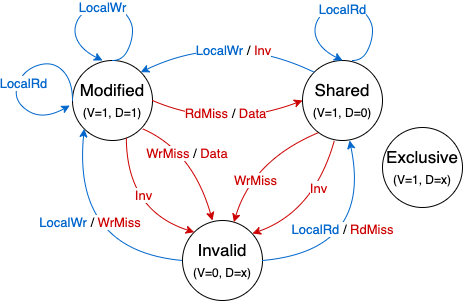
cwang360/multicore-cache keeps this draw.io diagram as diagrams/MESI.png. Above is the earlier version. Source tidied: cells renumbered, new cells last; positions are measured from the earlier drawing's top-left corner, leaving out a move shared by most shapes.
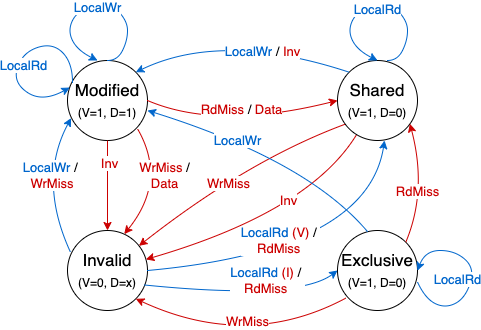
Above is the later version.

Commit message:
Add memory stats and update MESI diagram

Change to the diagram source:
```diff
@@ -6,10 +6,10 @@
       <mxGeometry x="60" y="60" width="80" height="80" as="geometry" />
     </mxCell>
     <mxCell id="3" value="Shared&lt;br&gt;&lt;font style=&quot;font-size: 12px&quot;&gt;(V=1, D=0)&lt;/font&gt;" style="ellipse;whiteSpace=wrap;html=1;fontSize=17;" parent="1" vertex="1">
-      <mxGeometry x="290" y="60" width="80" height="80" as="geometry" />
+      <mxGeometry x="330" y="60" width="80" height="80" as="geometry" />
     </mxCell>
     <mxCell id="4" value="Invalid&lt;br&gt;&lt;span style=&quot;font-size: 12px&quot;&gt;(V=0, D=x)&lt;/span&gt;" style="ellipse;whiteSpace=wrap;html=1;fontSize=17;" parent="1" vertex="1">
-      <mxGeometry x="170" y="220" width="80" height="80" as="geometry" />
+      <mxGeometry x="60" y="230" width="80" height="80" as="geometry" />
     </mxCell>
     <mxCell id="5" style="curved=1;endArrow=classic;html=1;rounded=0;fontSize=17;exitX=1;exitY=0.5;exitDx=0;exitDy=0;entryX=0;entryY=0.5;entryDx=0;entryDy=0;fontColor=#CC0000;strokeColor=#CC0000;" parent="1" edge="1" source="2" target="3">
       <mxGeometry relative="1" as="geometry">
@@ -42,19 +42,19 @@
         </Array>
       </mxGeometry>
     </mxCell>
-    <mxCell id="10" value="&lt;span style=&quot;font-size: 13px&quot;&gt;LocalRd&lt;/span&gt;&lt;font color=&quot;#000000&quot; style=&quot;font-size: 13px&quot;&gt;&amp;nbsp;/&lt;/font&gt;&lt;span style=&quot;font-size: 13px&quot;&gt;&amp;nbsp;&lt;/span&gt;&lt;font color=&quot;#cc0000&quot; style=&quot;font-size: 13px&quot;&gt;RdMiss&lt;/font&gt;" style="edgeLabel;html=1;align=center;verticalAlign=middle;fontSize=13;fontColor=#0066CC;labelBackgroundColor=#FFFFFF;" parent="9" vertex="1">
+    <mxCell id="10" value="&lt;span style=&quot;font-size: 13px&quot;&gt;LocalRd&lt;/span&gt;&lt;font color=&quot;#000000&quot; style=&quot;font-size: 13px&quot;&gt;&amp;nbsp;&lt;/font&gt;&lt;span style=&quot;color: rgb(204 , 0 , 0)&quot;&gt;(V)&amp;nbsp;&lt;/span&gt;&lt;font color=&quot;#000000&quot; style=&quot;font-size: 13px&quot;&gt;/&lt;/font&gt;&lt;span style=&quot;font-size: 13px&quot;&gt;&amp;nbsp;&lt;br&gt;&lt;/span&gt;&lt;font color=&quot;#cc0000&quot; style=&quot;font-size: 13px&quot;&gt;RdMiss&amp;nbsp;&lt;/font&gt;" style="edgeLabel;html=1;align=center;verticalAlign=middle;fontSize=13;fontColor=#0066CC;labelBackgroundColor=#FFFFFF;" parent="9" vertex="1">
       <mxGeometry x="0.23" y="19" relative="1" as="geometry">
-        <mxPoint x="-6" y="1" as="offset" />
+        <mxPoint x="-69" y="7" as="offset" />
       </mxGeometry>
     </mxCell>
-    <mxCell id="11" style="curved=1;endArrow=classic;html=1;rounded=0;fontSize=17;entryX=0;entryY=1;entryDx=0;entryDy=0;exitX=0;exitY=0.5;exitDx=0;exitDy=0;strokeColor=#0066CC;" parent="1" edge="1" source="4" target="2">
+    <mxCell id="11" style="curved=1;endArrow=classic;html=1;rounded=0;fontSize=17;entryX=0.045;entryY=0.72;entryDx=0;entryDy=0;exitX=0.038;exitY=0.273;exitDx=0;exitDy=0;strokeColor=#0066CC;entryPerimeter=0;exitPerimeter=0;" parent="1" edge="1" source="4" target="2">
       <mxGeometry relative="1" as="geometry">
         <Array as="points">
-          <mxPoint x="60" y="250" />
+          <mxPoint x="30" y="180" />
         </Array>
       </mxGeometry>
     </mxCell>
-    <mxCell id="12" style="curved=1;endArrow=classic;html=1;rounded=0;fontSize=17;exitX=0.191;exitY=0.905;exitDx=0;exitDy=0;exitPerimeter=0;strokeColor=#CC0000;" parent="1" edge="1" source="3" target="4">
+    <mxCell id="12" style="curved=1;endArrow=classic;html=1;rounded=0;fontSize=17;exitX=0.091;exitY=0.798;exitDx=0;exitDy=0;exitPerimeter=0;strokeColor=#CC0000;" parent="1" edge="1" source="3" target="4">
       <mxGeometry relative="1" as="geometry">
         <Array as="points">
           <mxPoint x="240" y="160" />
@@ -63,7 +63,7 @@
     </mxCell>
     <mxCell id="13" value="&lt;font color=&quot;#cc0000&quot;&gt;WrMiss&lt;/font&gt;" style="edgeLabel;html=1;align=center;verticalAlign=middle;fontSize=13;fontColor=#0066CC;labelBackgroundColor=#FFFFFF;" parent="12" vertex="1">
       <mxGeometry x="-0.25" y="5" relative="1" as="geometry">
-        <mxPoint x="-18" y="23" as="offset" />
+        <mxPoint x="-34" y="23" as="offset" />
       </mxGeometry>
     </mxCell>
     <mxCell id="14" style="curved=1;endArrow=classic;html=1;rounded=0;fontSize=17;exitX=0.5;exitY=0;exitDx=0;exitDy=0;entryX=0.375;entryY=0;entryDx=0;entryDy=0;entryPerimeter=0;fillColor=#3333FF;strokeColor=#0066CC;" parent="1" edge="1" source="2" target="2">
@@ -84,14 +84,16 @@
         <mxPoint x="-25" y="-42" as="offset" />
       </mxGeometry>
     </mxCell>
-    <mxCell id="16" style="curved=1;endArrow=classic;html=1;rounded=0;fontSize=17;exitX=0;exitY=0.5;exitDx=0;exitDy=0;entryX=-0.034;entryY=0.563;entryDx=0;entryDy=0;entryPerimeter=0;strokeColor=#0066CC;" parent="1" edge="1" source="2" target="2">
+    <mxCell id="16" style="curved=1;endArrow=classic;html=1;rounded=0;fontSize=17;exitX=0;exitY=0.5;exitDx=0;exitDy=0;entryX=-0.034;entryY=0.563;entryDx=0;entryDy=0;entryPerimeter=0;strokeColor=#0066CC;" parent="1" edge="1">
       <mxGeometry relative="1" as="geometry">
+        <mxPoint x="65" y="82" as="sourcePoint" />
+        <mxPoint x="62.3" y="87" as="targetPoint" />
         <Array as="points">
-          <mxPoint x="60" y="80" />
-          <mxPoint x="40" y="60" />
-          <mxPoint x="10" y="70" />
-          <mxPoint y="100" />
-          <mxPoint x="30" y="120" />
+          <mxPoint x="65" y="62" />
+          <mxPoint x="45" y="42" />
+          <mxPoint x="15" y="52" />
+          <mxPoint x="5" y="82" />
+          <mxPoint x="35" y="102" />
         </Array>
       </mxGeometry>
     </mxCell>
@@ -102,16 +104,16 @@
     </mxCell>
     <mxCell id="18" style="curved=1;endArrow=classic;html=1;rounded=0;fontSize=17;exitX=0.5;exitY=0;exitDx=0;exitDy=0;entryX=0.375;entryY=0;entryDx=0;entryDy=0;entryPerimeter=0;fillColor=#3333FF;strokeColor=#0066CC;" parent="1" edge="1">
       <mxGeometry relative="1" as="geometry">
-        <mxPoint x="340" y="60" as="sourcePoint" />
-        <mxPoint x="330" y="60" as="targetPoint" />
+        <mxPoint x="380" y="60" as="sourcePoint" />
+        <mxPoint x="370" y="60" as="targetPoint" />
         <Array as="points">
-          <mxPoint x="350" y="60" />
-          <mxPoint x="360" y="40" />
-          <mxPoint x="360" y="20" />
-          <mxPoint x="340" />
-          <mxPoint x="310" y="10" />
-          <mxPoint x="300" y="30" />
-          <mxPoint x="310" y="50" />
+          <mxPoint x="390" y="60" />
+          <mxPoint x="400" y="40" />
+          <mxPoint x="400" y="20" />
+          <mxPoint x="380" />
+          <mxPoint x="350" y="10" />
+          <mxPoint x="340" y="30" />
+          <mxPoint x="350" y="50" />
         </Array>
       </mxGeometry>
     </mxCell>
@@ -120,37 +122,30 @@
         <mxPoint x="-31" y="-17" as="offset" />
       </mxGeometry>
     </mxCell>
-    <mxCell id="20" value="LocalWr&lt;font color=&quot;#000000&quot; style=&quot;font-size: 13px&quot;&gt;&amp;nbsp;/&lt;/font&gt;&amp;nbsp;&lt;font color=&quot;#cc0000&quot;&gt;WrMiss&lt;/font&gt;" style="text;html=1;strokeColor=none;fillColor=none;align=center;verticalAlign=middle;whiteSpace=wrap;rounded=0;fontSize=13;fontColor=#0066CC;labelBackgroundColor=default;" parent="1" vertex="1">
-      <mxGeometry x="13" y="207" width="130" height="30" as="geometry" />
+    <mxCell id="20" value="LocalWr&lt;font color=&quot;#000000&quot; style=&quot;font-size: 13px&quot;&gt;&amp;nbsp;/&lt;/font&gt;&amp;nbsp;&lt;br&gt;&lt;font color=&quot;#cc0000&quot;&gt;WrMiss&lt;/font&gt;" style="text;html=1;strokeColor=none;fillColor=none;align=center;verticalAlign=middle;whiteSpace=wrap;rounded=0;fontSize=13;fontColor=#0066CC;labelBackgroundColor=default;" parent="1" vertex="1">
+      <mxGeometry x="10" y="160" width="70" height="30" as="geometry" />
     </mxCell>
-    <mxCell id="21" style="curved=1;endArrow=classic;html=1;rounded=0;fontSize=17;entryX=0;entryY=0;entryDx=0;entryDy=0;exitX=0.673;exitY=0.963;exitDx=0;exitDy=0;strokeColor=#CC0000;exitPerimeter=0;" parent="1" edge="1" source="2" target="4">
-      <mxGeometry relative="1" as="geometry">
-        <Array as="points">
-          <mxPoint x="114" y="210" />
-        </Array>
-      </mxGeometry>
+    <mxCell id="21" style="curved=1;endArrow=classic;html=1;rounded=0;fontSize=17;exitX=0.5;exitY=1;exitDx=0;exitDy=0;strokeColor=#CC0000;" parent="1" edge="1" source="2" target="4">
+      <mxGeometry relative="1" as="geometry" />
     </mxCell>
     <mxCell id="22" value="&lt;span style=&quot;color: rgb(204, 0, 0); font-size: 13px;&quot;&gt;Inv&lt;/span&gt;" style="edgeLabel;html=1;align=center;verticalAlign=middle;fontSize=13;fontColor=#0066CC;labelBackgroundColor=#FFFFFF;" parent="21" vertex="1">
       <mxGeometry x="0.11" y="-11" relative="1" as="geometry">
         <mxPoint x="13" y="-28" as="offset" />
       </mxGeometry>
     </mxCell>
-    <mxCell id="23" style="curved=1;endArrow=classic;html=1;rounded=0;fontSize=17;exitX=0.5;exitY=1;exitDx=0;exitDy=0;strokeColor=#CC0000;" parent="1" edge="1">
+    <mxCell id="23" style="curved=1;endArrow=classic;html=1;rounded=0;fontSize=17;exitX=0.5;exitY=1;exitDx=0;exitDy=0;strokeColor=#CC0000;entryX=0.709;entryY=0.045;entryDx=0;entryDy=0;entryPerimeter=0;" parent="1" edge="1" target="4">
       <mxGeometry relative="1" as="geometry">
         <mxPoint x="130" y="128.3" as="sourcePoint" />
-        <mxPoint x="200" y="220" as="targetPoint" />
         <Array as="points">
-          <mxPoint x="180" y="150" />
+          <mxPoint x="160" y="180" />
         </Array>
       </mxGeometry>
     </mxCell>
     <mxCell id="24" value="&lt;font color=&quot;#cc0000&quot; style=&quot;font-size: 13px&quot;&gt;WrMiss&amp;nbsp;&lt;/font&gt;&lt;font color=&quot;#000000&quot; style=&quot;font-size: 13px&quot;&gt;/ &lt;/font&gt;&lt;font color=&quot;#cc0000&quot; style=&quot;font-size: 13px&quot;&gt;Data&lt;/font&gt;" style="text;html=1;strokeColor=none;fillColor=none;align=center;verticalAlign=middle;whiteSpace=wrap;rounded=0;fontSize=13;fontColor=#0066CC;labelBackgroundColor=default;" parent="1" vertex="1">
-      <mxGeometry x="125" y="138" width="100" height="30" as="geometry" />
+      <mxGeometry x="125" y="160" width="65" height="30" as="geometry" />
     </mxCell>
-    <mxCell id="25" style="curved=1;endArrow=classic;html=1;rounded=0;fontSize=17;exitX=0.377;exitY=0.984;exitDx=0;exitDy=0;strokeColor=#CC0000;entryX=1;entryY=0;entryDx=0;entryDy=0;exitPerimeter=0;" parent="1" edge="1">
+    <mxCell id="25" style="curved=1;endArrow=classic;html=1;rounded=0;fontSize=17;strokeColor=#CC0000;" parent="1" edge="1" source="3" target="4">
       <mxGeometry relative="1" as="geometry">
-        <mxPoint x="321.9" y="140" as="sourcePoint" />
-        <mxPoint x="240" y="233" as="targetPoint" />
         <Array as="points">
           <mxPoint x="301.7" y="211.3" />
         </Array>
@@ -158,11 +153,79 @@
     </mxCell>
     <mxCell id="26" value="&lt;span style=&quot;color: rgb(204, 0, 0); font-size: 13px;&quot;&gt;Inv&lt;/span&gt;" style="edgeLabel;html=1;align=center;verticalAlign=middle;fontSize=13;fontColor=#0066CC;labelBackgroundColor=#FFFFFF;" parent="25" vertex="1">
       <mxGeometry x="-0.25" y="5" relative="1" as="geometry">
-        <mxPoint x="-7" y="-4" as="offset" />
+        <mxPoint x="-16" y="-18" as="offset" />
       </mxGeometry>
     </mxCell>
-    <mxCell id="27" value="Exclusive&lt;br&gt;&lt;font style=&quot;font-size: 12px&quot;&gt;(V=1, D=x)&lt;/font&gt;" style="ellipse;whiteSpace=wrap;html=1;fontSize=17;" parent="1" vertex="1">
-      <mxGeometry x="370" y="127" width="80" height="80" as="geometry" />
+    <mxCell id="27" value="Exclusive&lt;br&gt;&lt;font style=&quot;font-size: 12px&quot;&gt;(V=1, D=0)&lt;/font&gt;" style="ellipse;whiteSpace=wrap;html=1;fontSize=17;" parent="1" vertex="1">
+      <mxGeometry x="330" y="230" width="80" height="80" as="geometry" />
     </mxCell>
+    <mxCell id="28" style="curved=1;endArrow=classic;html=1;rounded=0;fontSize=17;exitX=0.952;exitY=0.68;exitDx=0;exitDy=0;entryX=0;entryY=0.5;entryDx=0;entryDy=0;strokeColor=#0066CC;exitPerimeter=0;" parent="1" edge="1" source="4" target="27">
+      <mxGeometry relative="1" as="geometry">
+        <Array as="points">
+          <mxPoint x="290" y="300" />
+        </Array>
+      </mxGeometry>
+    </mxCell>
+    <mxCell id="29" value="&lt;span style=&quot;font-size: 13px&quot;&gt;LocalRd&lt;/span&gt;&lt;font color=&quot;#000000&quot; style=&quot;font-size: 13px&quot;&gt;&amp;nbsp;&lt;/font&gt;&lt;span style=&quot;color: rgb(204 , 0 , 0)&quot;&gt;(I)&amp;nbsp;&lt;/span&gt;&lt;font color=&quot;#000000&quot; style=&quot;font-size: 13px&quot;&gt;/&lt;/font&gt;&lt;span style=&quot;font-size: 13px&quot;&gt;&amp;nbsp;&lt;br&gt;&lt;/span&gt;&lt;font color=&quot;#cc0000&quot; style=&quot;font-size: 13px&quot;&gt;RdMiss&amp;nbsp;&lt;/font&gt;" style="edgeLabel;html=1;align=center;verticalAlign=middle;fontSize=13;fontColor=#0066CC;labelBackgroundColor=#FFFFFF;" parent="28" vertex="1">
+      <mxGeometry x="0.23" y="19" relative="1" as="geometry">
+        <mxPoint x="-3" y="2" as="offset" />
+      </mxGeometry>
+    </mxCell>
+    <mxCell id="30" style="curved=1;endArrow=classic;html=1;rounded=0;fontSize=17;exitX=1;exitY=0;exitDx=0;exitDy=0;entryX=0.905;entryY=0.791;entryDx=0;entryDy=0;fontColor=#CC0000;strokeColor=#CC0000;entryPerimeter=0;" parent="1" edge="1" source="27" target="3">
+      <mxGeometry relative="1" as="geometry">
+        <Array as="points">
+          <mxPoint x="420" y="190" />
+        </Array>
+      </mxGeometry>
+    </mxCell>
+    <mxCell id="31" value="&lt;font style=&quot;font-size: 13px&quot; color=&quot;#cc0000&quot;&gt;RdMiss&lt;/font&gt;" style="edgeLabel;html=1;align=center;verticalAlign=middle;fontSize=13;fontColor=#0066CC;labelBackgroundColor=#FFFFFF;" parent="30" vertex="1">
+      <mxGeometry x="0.04" y="12" relative="1" as="geometry">
+        <mxPoint x="4" y="6" as="offset" />
+      </mxGeometry>
+    </mxCell>
+    <mxCell id="32" style="curved=1;endArrow=classic;html=1;rounded=0;fontSize=17;exitX=0.377;exitY=0.016;exitDx=0;exitDy=0;fontColor=#0066CC;labelBackgroundColor=none;strokeColor=#0066CC;exitPerimeter=0;" parent="1" edge="1" source="27">
+      <mxGeometry relative="1" as="geometry">
+        <mxPoint x="140" y="110" as="targetPoint" />
+        <Array as="points">
+          <mxPoint x="300" y="160" />
+        </Array>
+      </mxGeometry>
+    </mxCell>
+    <mxCell id="33" value="&lt;span style=&quot;font-size: 13px&quot;&gt;LocalWr&lt;/span&gt;" style="edgeLabel;html=1;align=center;verticalAlign=middle;fontSize=13;fontColor=#0066CC;labelBackgroundColor=#FFFFFF;" parent="32" vertex="1">
+      <mxGeometry x="-0.76" y="2" relative="1" as="geometry">
+        <mxPoint x="-109" y="-69" as="offset" />
+      </mxGeometry>
+    </mxCell>
+    <mxCell id="34" style="curved=1;endArrow=classic;html=1;rounded=0;fontSize=17;exitX=0.105;exitY=0.845;exitDx=0;exitDy=0;strokeColor=#CC0000;entryX=1;entryY=1;entryDx=0;entryDy=0;exitPerimeter=0;" parent="1" edge="1" source="27" target="4">
+      <mxGeometry relative="1" as="geometry">
+        <Array as="points">
+          <mxPoint x="240" y="350" />
+        </Array>
+      </mxGeometry>
+    </mxCell>
+    <mxCell id="35" value="&lt;font color=&quot;#cc0000&quot;&gt;WrMiss&lt;/font&gt;" style="edgeLabel;html=1;align=center;verticalAlign=middle;fontSize=13;fontColor=#0066CC;labelBackgroundColor=#FFFFFF;" parent="34" vertex="1">
+      <mxGeometry x="-0.25" y="5" relative="1" as="geometry">
+        <mxPoint x="-24" y="-22" as="offset" />
+      </mxGeometry>
+    </mxCell>
+    <mxCell id="36" style="curved=1;endArrow=classic;html=1;rounded=0;fontSize=17;exitX=1.03;exitY=0.582;exitDx=0;exitDy=0;fillColor=#3333FF;strokeColor=#0066CC;entryX=1.03;entryY=0.439;entryDx=0;entryDy=0;exitPerimeter=0;entryPerimeter=0;" parent="1" edge="1">
+      <mxGeometry relative="1" as="geometry">
+        <mxPoint x="410" y="281.6" as="sourcePoint" />
+        <mxPoint x="410" y="270.1" as="targetPoint" />
+        <Array as="points">
+          <mxPoint x="417.6" y="298" />
+          <mxPoint x="437.6" y="308" />
+          <mxPoint x="457.6" y="298" />
+          <mxPoint x="467.6" y="268" />
+          <mxPoint x="447.6" y="250" />
+          <mxPoint x="417.6" y="250" />
+        </Array>
+      </mxGeometry>
+    </mxCell>
+    <mxCell id="37" value="&lt;span style=&quot;font-size: 13px;&quot;&gt;LocalRd&lt;/span&gt;" style="edgeLabel;html=1;align=center;verticalAlign=middle;fontSize=13;fontColor=#0066CC;labelBackgroundColor=#FFFFFF;" parent="36" vertex="1">
+      <mxGeometry x="-0.48" y="-1" relative="1" as="geometry">
+        <mxPoint x="7" y="-28" as="offset" />
+      </mxGeometry>
+    </mxCell>
   </root>
 </mxGraphModel>
```
